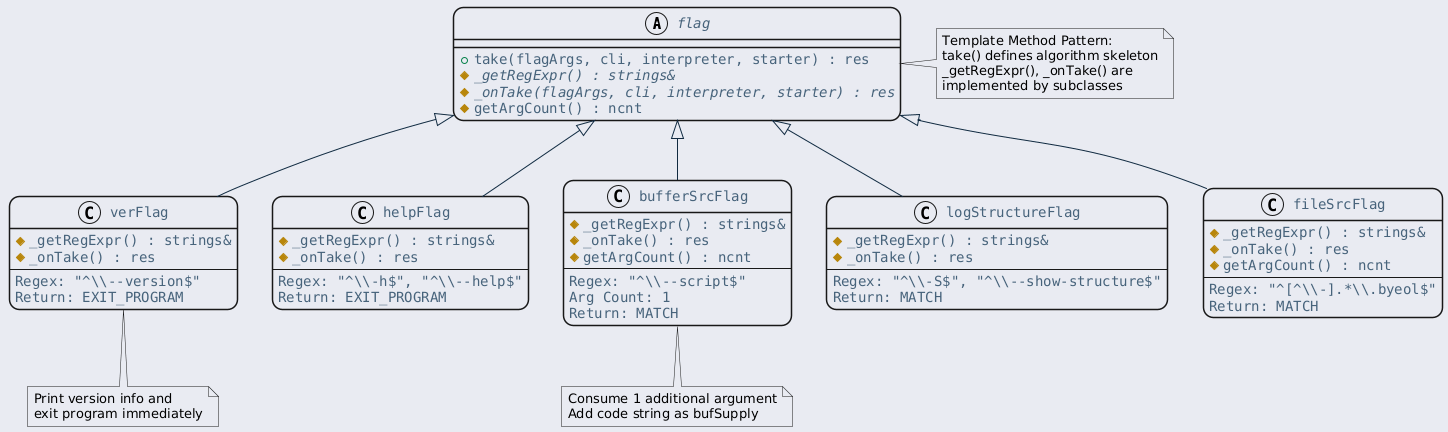
Earlier version of the PlantUML export ref/generated/ko/inline_umlgraph_41.png (byeolang/website).
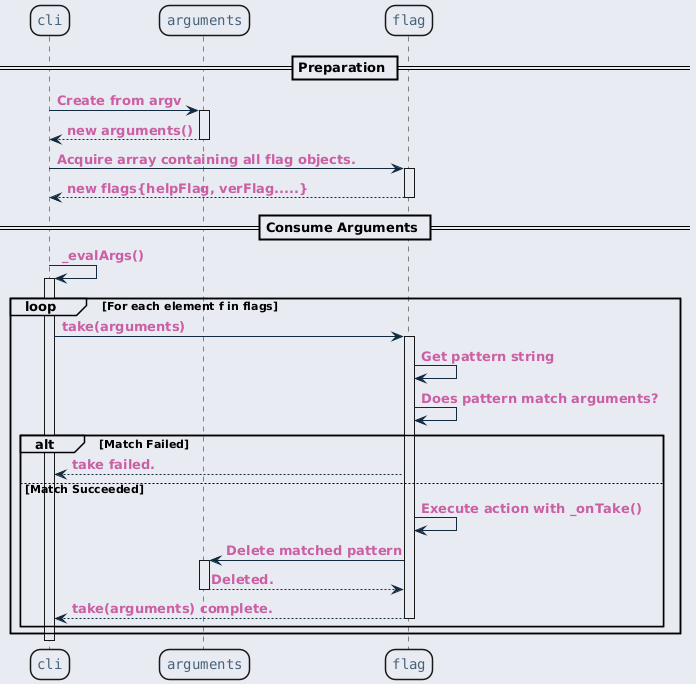
Later version of the same file.

The edit, as a diff of the source:
```diff
@@ -23,76 +23,44 @@
     }
 }
 </style>
-abstract class flag {
-    + take(flagArgs, cli, interpreter, starter) : res
-    # {abstract} _getRegExpr() : strings&
-    # {abstract} _onTake(flagArgs, cli, interpreter, starter) : res
-    # getArgCount() : ncnt
-}
+participant "cli" as c
+participant "arguments" as a
+participant "flag" as f
 
-note right of flag
-  Template Method Pattern:
-  take() defines algorithm skeleton
-  _getRegExpr(), _onTake() are
-  implemented by subclasses
-end note
+== Preparation ==
 
-class verFlag {
-    # _getRegExpr() : strings&
-    # _onTake() : res
-    --
-    Regex: "^\\\\--version$"
-    Return: EXIT_PROGRAM
-}
+c -> a: Create from argv
+activate a
+a --> c: new arguments()
+deactivate a
 
-class helpFlag {
-    # _getRegExpr() : strings&
-    # _onTake() : res
-    --
-    Regex: "^\\\\-h$", "^\\\\--help$"
-    Return: EXIT_PROGRAM
-}
+c -> f: Acquire array containing all flag objects.
+activate f
+f --> c: new flags{helpFlag, verFlag.....}
+deactivate f
 
-class bufferSrcFlag {
-    # _getRegExpr() : strings&
-    # _onTake() : res
-    # getArgCount() : ncnt
-    --
-    Regex: "^\\\\--script$"
-    Arg Count: 1
-    Return: MATCH
-}
 
-class logStructureFlag {
-    # _getRegExpr() : strings&
-    # _onTake() : res
-    --
-    Regex: "^\\\\-S$", "^\\\\--show-structure$"
-    Return: MATCH
-}
+== Consume Arguments ==
 
-class fileSrcFlag {
-    # _getRegExpr() : strings&
-    # _onTake() : res
-    # getArgCount() : ncnt
-    --
-    Regex: "^[^\\\\-].*\\\\.byeol$"
-    Return: MATCH
-}
+c -> c: _evalArgs()
+activate c
 
-flag <|-- verFlag
-flag <|-- helpFlag
-flag <|-- bufferSrcFlag
-flag <|-- logStructureFlag
-flag <|-- fileSrcFlag
-
-note bottom of verFlag
-  Print version info and
-  exit program immediately
-end note
-
-note bottom of bufferSrcFlag
-  Consume 1 additional argument
-  Add code string as bufSupply
-end note
+loop For each element f in flags
+  c -> f: take(arguments)
+  activate f
+  f -> f: Get pattern string
+  f -> f: Does pattern match arguments?
+  alt Match Failed
+    f --> c: take failed.
+  else Match Succeeded
+    f -> f: Execute action with _onTake()
+    f -> a: Delete matched pattern
+    activate a
+    a --> f: Deleted.
+    deactivate a
+    f --> c: take(arguments) complete.
+    deactivate f
+  end
+end
+deactivate c
 @enduml
```
